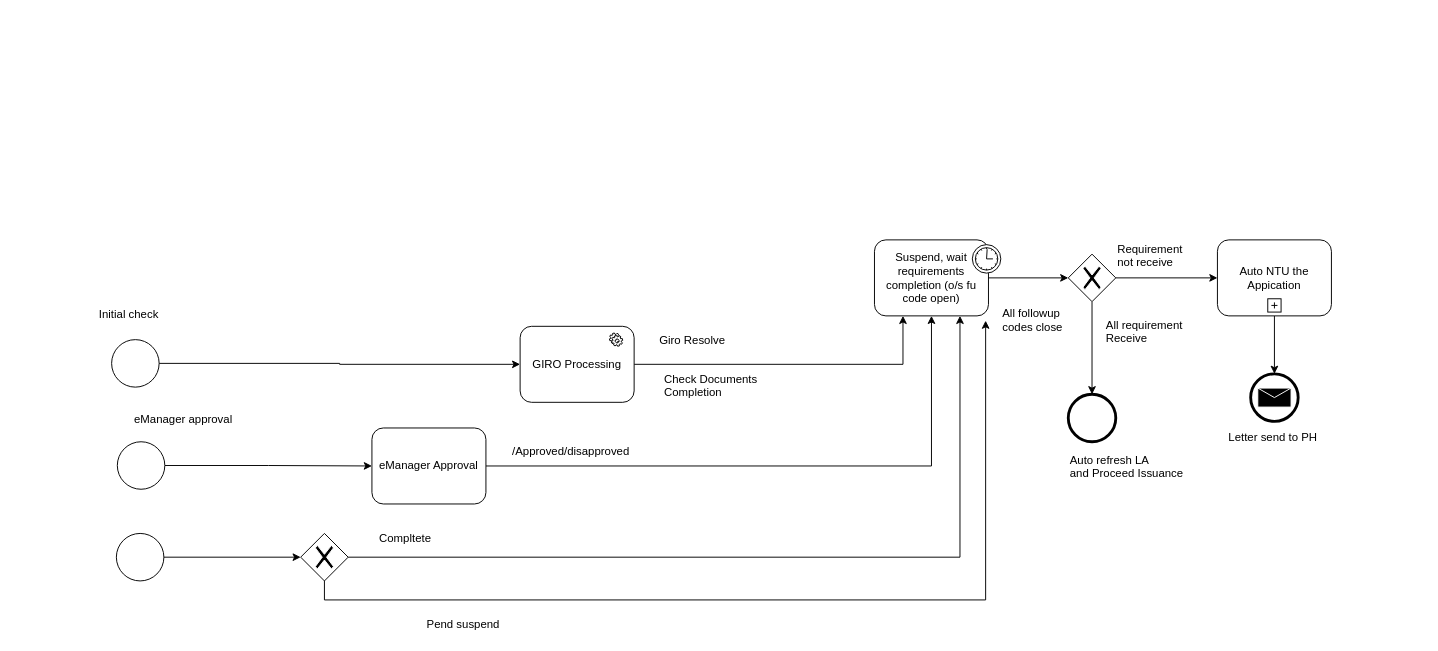
Before: page "Pending Requirement check" (3 of 6) of Untitled Diagram.drawio in Jefferzonlee/WorkFlow-BPR, a draw.io diagram. Source tidied: cells renumbered, new cells numbered last; positions are measured from the earlier drawing's top-left corner, leaving out a move shared by most shapes. Both pictures are drawn from the tidied source at 95%, with x=0, y=0 at pixel (97, 239).
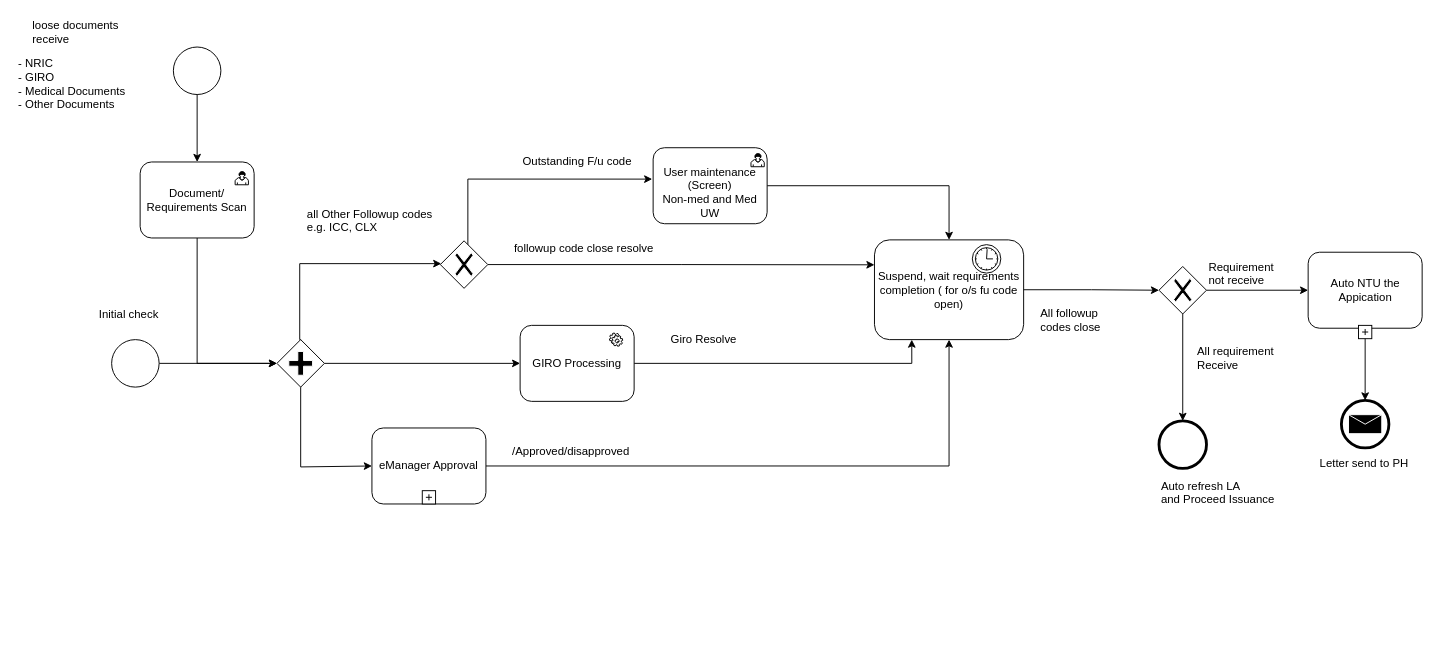
The same page after the edit.

The change refers to these unchanged cells:
```xml
<mxCell id="2" style="shape=mxgraph.bpmn.shape;html=1;verticalLabelPosition=bottom;labelBackgroundColor=#ffffff;verticalAlign=top;align=center;perimeter=ellipsePerimeter;outlineConnect=0;outline=standard;symbol=general;" parent="1" vertex="1">
  <mxGeometry x="15" y="105" width="50" height="50" as="geometry" />
</mxCell>
<mxCell id="6" style="edgeStyle=orthogonalEdgeStyle;rounded=0;jettySize=auto;html=1;entryX=0.25;entryY=1;entryDx=0;entryDy=0;exitX=1;exitY=0.5;exitDx=0;exitDy=0;" parent="1" edge="1" source="8" target="5">
  <mxGeometry relative="1" as="geometry" />
</mxCell>
<mxCell id="28" value="eManager Approval" style="shape=ext;rounded=1;html=1;whiteSpace=wrap;" parent="1" vertex="1">
  <mxGeometry x="289" y="198" width="120" height="80" as="geometry" />
</mxCell>
```

Change to the diagram source:
```diff
@@
+    <mxCell id="40" style="edgeStyle=orthogonalEdgeStyle;rounded=0;jettySize=auto;html=1;entryX=0;entryY=0.5;entryDx=0;entryDy=0;" parent="1" edge="1" source="2" target="44">
+      <mxGeometry relative="1" as="geometry" />
+    </mxCell>
@@
-    <mxCell id="3" style="edgeStyle=orthogonalEdgeStyle;rounded=0;jettySize=auto;html=1;entryX=0;entryY=0.5;entryDx=0;entryDy=0;exitX=1;exitY=0.5;exitDx=0;exitDy=0;" parent="1" edge="1" source="2" target="8">
-      <mxGeometry relative="1" as="geometry" />
-    </mxCell>
@@
-    <mxCell id="5" value="Suspend, wait requirements completion (o/s fu code open)" style="shape=ext;rounded=1;html=1;whiteSpace=wrap;" parent="1" vertex="1">
-      <mxGeometry x="818" width="120" height="80" as="geometry" />
+    <mxCell id="5" value="Suspend, wait requirements completion ( for o/s fu code open)" style="shape=ext;rounded=1;html=1;whiteSpace=wrap;" parent="1" vertex="1">
+      <mxGeometry x="818" width="157" height="105" as="geometry" />
     </mxCell>
@@
     <mxCell id="7" value="Giro Resolve" style="text;html=1;align=center;verticalAlign=middle;labelBackgroundColor=#ffffff;" parent="6" vertex="1">
       <mxGeometry x="0.73" y="241" relative="1" as="geometry">
-        <mxPoint x="18.5" y="-19.5" as="offset" />
+        <mxPoint x="-202" y="215.5" as="offset" />
       </mxGeometry>
     </mxCell>
     <mxCell id="8" value="&lt;span&gt;GIRO Processing&lt;/span&gt;" style="shape=ext;rounded=1;html=1;whiteSpace=wrap;" parent="1" vertex="1">
-      <mxGeometry x="445" y="91" width="120" height="80" as="geometry" />
+      <mxGeometry x="445" y="90" width="120" height="80" as="geometry" />
     </mxCell>
@@
     <mxCell id="11" style="shape=mxgraph.bpmn.shape;html=1;verticalLabelPosition=bottom;labelBackgroundColor=#ffffff;verticalAlign=top;align=center;perimeter=ellipsePerimeter;outlineConnect=0;outline=end;symbol=general;" parent="1" vertex="1">
-      <mxGeometry x="1022" y="162.5" width="50" height="50" as="geometry" />
+      <mxGeometry x="1117.5" y="190.5" width="50" height="50" as="geometry" />
     </mxCell>
     <mxCell id="12" style="shape=mxgraph.bpmn.service_task;html=1;" parent="1" vertex="1">
-      <mxGeometry x="1249" y="3" width="14" height="14" as="geometry" />
+      <mxGeometry x="1344.5" y="31" width="14" height="14" as="geometry" />
     </mxCell>
     <mxCell id="13" value="Requirement &lt;br&gt;not&amp;nbsp;receive" style="text;html=1;align=left;verticalAlign=top;spacingTop=-4;" parent="1" vertex="1">
-      <mxGeometry x="1072" width="90" height="30" as="geometry" />
+      <mxGeometry x="1167.5" y="19" width="90" height="30" as="geometry" />
     </mxCell>
     <mxCell id="14" style="shape=mxgraph.bpmn.shape;html=1;verticalLabelPosition=bottom;labelBackgroundColor=#ffffff;verticalAlign=top;align=center;perimeter=ellipsePerimeter;outlineConnect=0;outline=end;symbol=message;" parent="1" vertex="1">
-      <mxGeometry x="1214" y="141" width="50" height="50" as="geometry" />
+      <mxGeometry x="1309.5" y="169" width="50" height="50" as="geometry" />
     </mxCell>
@@
     <mxCell id="16" value="Auto NTU the Appication" style="shape=ext;rounded=1;html=1;whiteSpace=wrap;" parent="1" vertex="1">
-      <mxGeometry x="1179" width="120" height="80" as="geometry" />
+      <mxGeometry x="1274.5" y="13" width="120" height="80" as="geometry" />
     </mxCell>
     <mxCell id="17" value="Letter send to PH" style="text;html=1;align=left;verticalAlign=top;spacingTop=-4;" parent="1" vertex="1">
-      <mxGeometry x="1189" y="198" width="110" height="20" as="geometry" />
+      <mxGeometry x="1284.5" y="226" width="110" height="20" as="geometry" />
     </mxCell>
     <mxCell id="18" style="shape=plus;html=1;" parent="1" vertex="1">
-      <mxGeometry x="1232" y="62" width="14" height="14" as="geometry" />
+      <mxGeometry x="1327.5" y="90" width="14" height="14" as="geometry" />
     </mxCell>
@@
     <mxCell id="20" style="shape=mxgraph.bpmn.shape;html=1;verticalLabelPosition=bottom;labelBackgroundColor=#ffffff;verticalAlign=top;align=center;perimeter=rhombusPerimeter;background=gateway;outlineConnect=0;outline=none;symbol=exclusiveGw;" parent="1" vertex="1">
-      <mxGeometry x="1022" y="15" width="50" height="50" as="geometry" />
+      <mxGeometry x="1117.5" y="28" width="50" height="50" as="geometry" />
     </mxCell>
@@
-    <mxCell id="22" value="Check Documents&amp;nbsp;&lt;br&gt;Completion" style="text;html=1;align=left;verticalAlign=top;spacingTop=-4;" parent="1" vertex="1">
-      <mxGeometry x="595" y="137" width="120" height="30" as="geometry" />
-    </mxCell>
     <mxCell id="23" value="Auto refresh LA&amp;nbsp;&lt;br&gt;and Proceed Issuance&lt;br&gt;" style="text;html=1;direction=south;" parent="1" vertex="1">
-      <mxGeometry x="1022" y="218" width="60" height="80" as="geometry" />
+      <mxGeometry x="1117.5" y="246" width="60" height="80" as="geometry" />
     </mxCell>
     <mxCell id="24" value="All requirement &lt;br&gt;Receive" style="text;html=1;align=left;verticalAlign=top;spacingTop=-4;" parent="1" vertex="1">
-      <mxGeometry x="1060" y="80" width="100" height="30" as="geometry" />
+      <mxGeometry x="1155.5" y="108" width="100" height="30" as="geometry" />
     </mxCell>
-    <mxCell id="25" style="edgeStyle=orthogonalEdgeStyle;rounded=0;jettySize=auto;html=1;entryX=0;entryY=0.5;entryDx=0;entryDy=0;" parent="1" edge="1" source="26" target="28">
-      <mxGeometry relative="1" as="geometry" />
-    </mxCell>
-    <mxCell id="26" style="shape=mxgraph.bpmn.shape;html=1;verticalLabelPosition=bottom;labelBackgroundColor=#ffffff;verticalAlign=top;align=center;perimeter=ellipsePerimeter;outlineConnect=0;outline=standard;symbol=general;" parent="1" vertex="1">
-      <mxGeometry x="21" y="212.5" width="50" height="50" as="geometry" />
-    </mxCell>
@@
     <mxCell id="30" value="All followup &lt;br&gt;codes close" style="text;html=1;align=left;verticalAlign=top;spacingTop=-4;" parent="1" vertex="1">
-      <mxGeometry x="951" y="68" width="80" height="30" as="geometry" />
+      <mxGeometry x="991" y="68" width="80" height="30" as="geometry" />
     </mxCell>
-    <mxCell id="31" style="edgeStyle=orthogonalEdgeStyle;rounded=0;jettySize=auto;html=1;entryX=0.75;entryY=1;entryDx=0;entryDy=0;" parent="1" edge="1" source="36" target="5">
-      <mxGeometry relative="1" as="geometry" />
-    </mxCell>
-    <mxCell id="32" style="shape=mxgraph.bpmn.shape;html=1;verticalLabelPosition=bottom;labelBackgroundColor=#ffffff;verticalAlign=top;align=center;perimeter=ellipsePerimeter;outlineConnect=0;outline=standard;symbol=general;" parent="1" vertex="1">
-      <mxGeometry x="20" y="309" width="50" height="50" as="geometry" />
-    </mxCell>
@@
-    <mxCell id="34" value="eManager approval&amp;nbsp;" style="text;html=1;align=left;verticalAlign=top;spacingTop=-4;" parent="1" vertex="1">
-      <mxGeometry x="37" y="179" width="120" height="20" as="geometry" />
-    </mxCell>
-    <mxCell id="35" style="edgeStyle=orthogonalEdgeStyle;rounded=0;jettySize=auto;html=1;entryX=0.975;entryY=1.063;entryDx=0;entryDy=0;entryPerimeter=0;exitX=0.5;exitY=1;exitDx=0;exitDy=0;" parent="1" edge="1" source="36" target="5">
-      <mxGeometry relative="1" as="geometry" />
-    </mxCell>
-    <mxCell id="36" style="shape=mxgraph.bpmn.shape;html=1;verticalLabelPosition=bottom;labelBackgroundColor=#ffffff;verticalAlign=top;align=center;perimeter=rhombusPerimeter;background=gateway;outlineConnect=0;outline=none;symbol=exclusiveGw;" parent="1" vertex="1">
-      <mxGeometry x="214" y="309" width="50" height="50" as="geometry" />
-    </mxCell>
-    <mxCell id="37" style="edgeStyle=orthogonalEdgeStyle;rounded=0;jettySize=auto;html=1;entryX=0;entryY=0.5;entryDx=0;entryDy=0;" parent="1" edge="1" source="32" target="36">
-      <mxGeometry relative="1" as="geometry" />
-    </mxCell>
-    <mxCell id="38" value="Compltete" style="text;html=1;align=left;verticalAlign=top;spacingTop=-4;" parent="1" vertex="1">
-      <mxGeometry x="295" y="305" width="70" height="20" as="geometry" />
-    </mxCell>
-    <mxCell id="39" value="Pend suspend" style="text;html=1;align=left;verticalAlign=top;spacingTop=-4;" parent="1" vertex="1">
-      <mxGeometry x="345" y="395" width="90" height="20" as="geometry" />
-    </mxCell>
+    <mxCell id="41" style="edgeStyle=orthogonalEdgeStyle;rounded=0;jettySize=auto;html=1;entryX=0;entryY=0.5;entryDx=0;entryDy=0;" parent="1" edge="1" source="44" target="8">
+      <mxGeometry relative="1" as="geometry" />
+    </mxCell>
+    <mxCell id="42" style="edgeStyle=orthogonalEdgeStyle;rounded=0;jettySize=auto;html=1;entryX=0;entryY=0.5;entryDx=0;entryDy=0;" parent="1" edge="1" source="44" target="28">
+      <mxGeometry relative="1" as="geometry">
+        <Array as="points">
+          <mxPoint x="214" y="239" />
+        </Array>
+      </mxGeometry>
+    </mxCell>
+    <mxCell id="43" style="edgeStyle=orthogonalEdgeStyle;rounded=0;jettySize=auto;html=1;entryX=0;entryY=0.25;entryDx=0;entryDy=0;exitX=1;exitY=0.5;exitDx=0;exitDy=0;" parent="1" edge="1" source="51" target="5">
+      <mxGeometry relative="1" as="geometry" />
+    </mxCell>
+    <mxCell id="44" style="shape=mxgraph.bpmn.shape;html=1;verticalLabelPosition=bottom;labelBackgroundColor=#ffffff;verticalAlign=top;align=center;perimeter=rhombusPerimeter;background=gateway;outlineConnect=0;outline=none;symbol=parallelGw;" parent="1" vertex="1">
+      <mxGeometry x="189" y="105" width="50" height="50" as="geometry" />
+    </mxCell>
+    <mxCell id="45" style="shape=plus;html=1;" parent="1" vertex="1">
+      <mxGeometry x="342" y="264" width="14" height="14" as="geometry" />
+    </mxCell>
+    <mxCell id="46" style="edgeStyle=orthogonalEdgeStyle;rounded=0;jettySize=auto;html=1;entryX=-0.008;entryY=0.413;entryDx=0;entryDy=0;entryPerimeter=0;exitX=0.5;exitY=0;exitDx=0;exitDy=0;" parent="1" edge="1" target="48">
+      <mxGeometry relative="1" as="geometry">
+        <mxPoint x="390" y="14.7" as="sourcePoint" />
+        <Array as="points">
+          <mxPoint x="390" y="-64" />
+        </Array>
+      </mxGeometry>
+    </mxCell>
+    <mxCell id="47" style="edgeStyle=orthogonalEdgeStyle;rounded=0;jettySize=auto;html=1;entryX=0.5;entryY=0;entryDx=0;entryDy=0;" parent="1" edge="1" source="48" target="5">
+      <mxGeometry relative="1" as="geometry" />
+    </mxCell>
+    <mxCell id="48" value="&lt;br&gt;&amp;nbsp;User maintenance&amp;nbsp; (Screen)&lt;br&gt;Non-med and Med UW&lt;br&gt;" style="html=1;whiteSpace=wrap;rounded=1;" parent="1" vertex="1">
+      <mxGeometry x="585" y="-97" width="120" height="80" as="geometry" />
+    </mxCell>
+    <mxCell id="49" style="html=1;shape=mxgraph.bpmn.user_task;" parent="48" vertex="1">
+      <mxGeometry width="14" height="14" relative="1" as="geometry">
+        <mxPoint x="103" y="6" as="offset" />
+      </mxGeometry>
+    </mxCell>
+    <mxCell id="50" value="followup code close resolve" style="text;html=1;align=left;verticalAlign=top;spacingTop=-4;" parent="1" vertex="1">
+      <mxGeometry x="437" y="-1" width="160" height="20" as="geometry" />
+    </mxCell>
+    <mxCell id="51" style="shape=mxgraph.bpmn.shape;html=1;verticalLabelPosition=bottom;labelBackgroundColor=#ffffff;verticalAlign=top;align=center;perimeter=rhombusPerimeter;background=gateway;outlineConnect=0;outline=none;symbol=exclusiveGw;" parent="1" vertex="1">
+      <mxGeometry x="361" y="1" width="50" height="50" as="geometry" />
+    </mxCell>
+    <mxCell id="52" style="edgeStyle=orthogonalEdgeStyle;rounded=0;jettySize=auto;html=1;exitX=0.5;exitY=0;exitDx=0;exitDy=0;" parent="1" edge="1" source="44" target="51">
+      <mxGeometry relative="1" as="geometry">
+        <Array as="points">
+          <mxPoint x="213" y="25" />
+        </Array>
+      </mxGeometry>
+    </mxCell>
+    <mxCell id="53" value="all Other Followup codes &lt;br&gt;e.g. ICC, CLX" style="text;html=1;align=left;verticalAlign=top;spacingTop=-4;" parent="1" vertex="1">
+      <mxGeometry x="219" y="-37" width="150" height="30" as="geometry" />
+    </mxCell>
+    <mxCell id="54" value="Outstanding F/u code" style="text;html=1;align=left;verticalAlign=top;spacingTop=-4;" parent="1" vertex="1">
+      <mxGeometry x="446" y="-92" width="130" height="20" as="geometry" />
+    </mxCell>
+    <mxCell id="55" style="edgeStyle=orthogonalEdgeStyle;rounded=0;jettySize=auto;html=1;" parent="1" edge="1" source="56" target="58">
+      <mxGeometry relative="1" as="geometry" />
+    </mxCell>
+    <mxCell id="56" style="shape=mxgraph.bpmn.shape;html=1;verticalLabelPosition=bottom;labelBackgroundColor=#ffffff;verticalAlign=top;align=center;perimeter=ellipsePerimeter;outlineConnect=0;outline=standard;symbol=general;" parent="1" vertex="1">
+      <mxGeometry x="80" y="-203" width="50" height="50" as="geometry" />
+    </mxCell>
+    <mxCell id="57" style="edgeStyle=orthogonalEdgeStyle;rounded=0;jettySize=auto;html=1;entryX=0;entryY=0.5;entryDx=0;entryDy=0;exitX=0.5;exitY=1;exitDx=0;exitDy=0;" parent="1" edge="1" source="58" target="44">
+      <mxGeometry relative="1" as="geometry" />
+    </mxCell>
+    <mxCell id="58" value="Document/&lt;br&gt;Requirements Scan" style="shape=ext;rounded=1;html=1;whiteSpace=wrap;" parent="1" vertex="1">
+      <mxGeometry x="45" y="-82" width="120" height="80" as="geometry" />
+    </mxCell>
+    <mxCell id="59" style="html=1;shape=mxgraph.bpmn.user_task;" parent="1" vertex="1">
+      <mxGeometry x="145" y="-72" width="14" height="14" as="geometry">
+        <mxPoint x="7" y="7" as="offset" />
+      </mxGeometry>
+    </mxCell>
+    <mxCell id="60" value="loose documents &lt;br&gt;receive" style="text;html=1;align=left;verticalAlign=top;spacingTop=-4;" parent="1" vertex="1">
+      <mxGeometry x="-70" y="-235" width="110" height="30" as="geometry" />
+    </mxCell>
+    <mxCell id="61" value="- NRIC&lt;br&gt;- GIRO&lt;br&gt;- Medical Documents&lt;br&gt;- Other Documents&lt;br&gt;" style="text;html=1;align=left;verticalAlign=top;spacingTop=-4;" parent="1" vertex="1">
+      <mxGeometry x="-85" y="-195" width="130" height="60" as="geometry" />
+    </mxCell>
```
